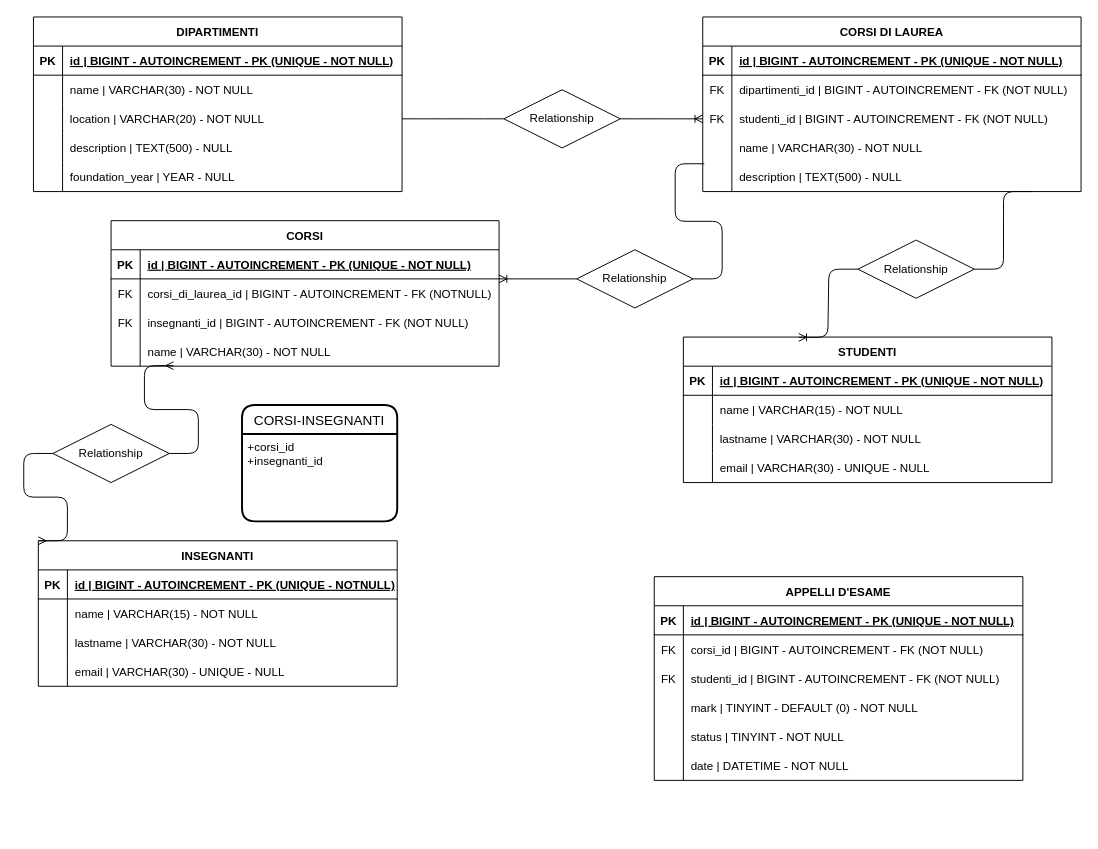
Before: schema.drawio in JacopoTrincanato/db-university, a draw.io diagram. Source tidied: cells renumbered, new cells numbered last; positions are measured from the earlier drawing's top-left corner, leaving out a move shared by most shapes. Both pictures are drawn from the tidied source at 97%, with x=0, y=0 at pixel (33, 16).
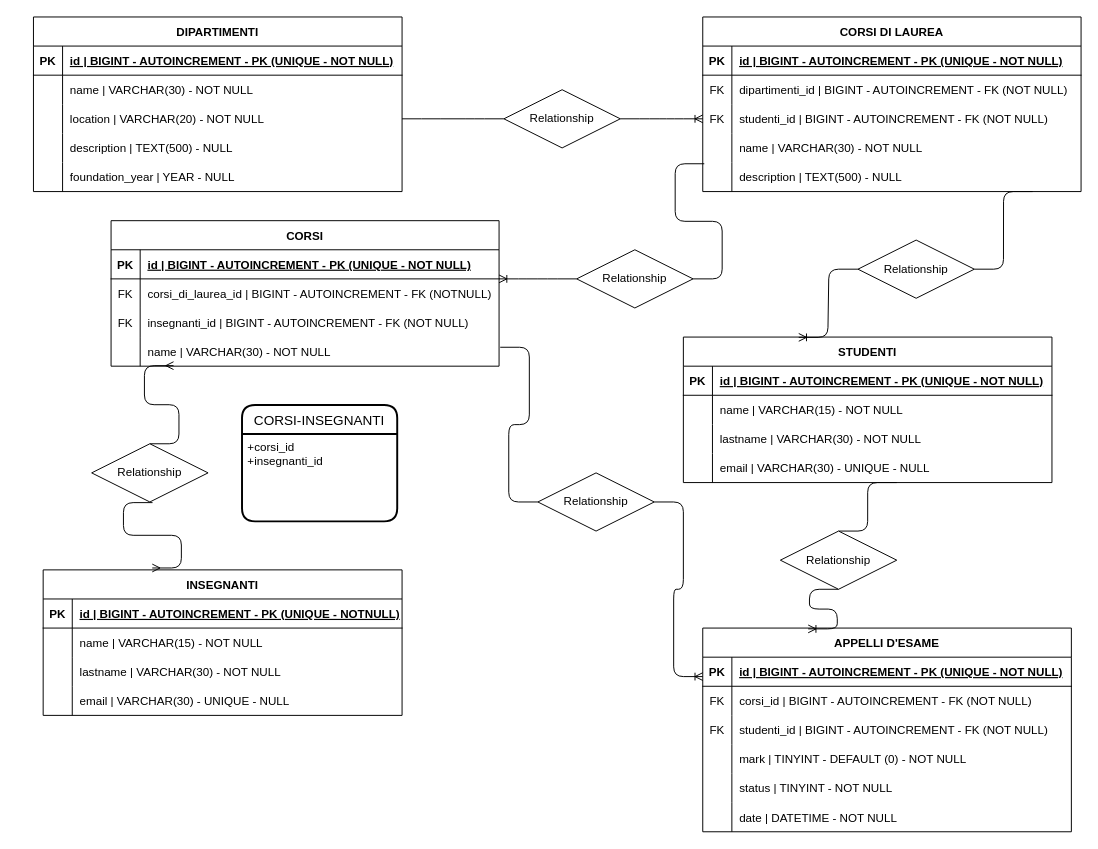
Above is the later version.

Commit message:
complete relationships

Unchanged cells that the change refers to:
```xml
<mxCell id="44" style="shape=tableRow;horizontal=0;startSize=0;swimlaneHead=0;swimlaneBody=0;fillColor=none;points=[[0,0.5],[1,0.5]];portConstraint=eastwest;top=0;left=0;right=0;bottom=0;" parent="34" vertex="1">
  <mxGeometry y="120" width="400" height="30" as="geometry" />
</mxCell>
<mxCell id="61" style="shape=tableRow;horizontal=0;startSize=0;swimlaneHead=0;swimlaneBody=0;fillColor=none;points=[[0,0.5],[1,0.5]];portConstraint=eastwest;top=0;left=0;right=0;bottom=1;" parent="60" vertex="1">
  <mxGeometry y="30" width="380" height="30" as="geometry" />
</mxCell>
<mxCell id="89" style="shape=tableRow;horizontal=0;startSize=0;swimlaneHead=0;swimlaneBody=0;fillColor=none;points=[[0,0.5],[1,0.5]];portConstraint=eastwest;top=0;left=0;right=0;bottom=0;" parent="79" vertex="1">
  <mxGeometry y="120" width="380" height="30" as="geometry" />
</mxCell>
```

Diff of the diagram source:
```diff
@@
     <mxCell id="47" value="INSEGNANTI" style="shape=table;startSize=30;childLayout=tableLayout;rowLines=0;fontStyle=1;align=center;" parent="1" vertex="1">
-      <mxGeometry x="5" y="540" width="370" height="150" as="geometry" />
+      <mxGeometry x="10" y="570" width="370" height="150" as="geometry" />
     </mxCell>
@@
     <mxCell id="60" value="APPELLI D'ESAME" style="shape=table;startSize=30;childLayout=tableLayout;rowLines=0;fontStyle=1;align=center;" parent="1" vertex="1">
-      <mxGeometry x="640" y="577" width="380" height="210" as="geometry" />
+      <mxGeometry x="690" y="630" width="380" height="210" as="geometry" />
     </mxCell>
@@
-    <mxCell id="101" style="edgeStyle=entityRelationEdgeStyle;fontSize=12;html=1;endArrow=ERmany;startArrow=none;entryX=0.161;entryY=0.982;entryDx=0;entryDy=0;exitX=1;exitY=0.5;exitDx=0;exitDy=0;entryPerimeter=0;" parent="1" edge="1" source="103" target="44">
+    <mxCell id="101" style="edgeStyle=entityRelationEdgeStyle;fontSize=12;html=1;endArrow=ERmany;startArrow=none;entryX=0.161;entryY=0.982;entryDx=0;entryDy=0;entryPerimeter=0;exitX=0.5;exitY=0;exitDx=0;exitDy=0;" parent="1" edge="1" source="103" target="44">
       <mxGeometry relative="1" as="geometry" />
     </mxCell>
-    <mxCell id="102" style="edgeStyle=entityRelationEdgeStyle;fontSize=12;html=1;endArrow=none;startArrow=ERmany;exitX=0;exitY=0;exitDx=0;exitDy=0;" parent="1" edge="1" source="47">
-      <mxGeometry relative="1" as="geometry">
-        <mxPoint x="20" y="450" as="targetPoint" />
-      </mxGeometry>
+    <mxCell id="102" style="edgeStyle=entityRelationEdgeStyle;fontSize=12;html=1;endArrow=none;startArrow=ERmany;exitX=0.304;exitY=-0.013;exitDx=0;exitDy=0;entryX=0.523;entryY=1.011;entryDx=0;entryDy=0;exitPerimeter=0;entryPerimeter=0;" parent="1" edge="1" source="47" target="103">
+      <mxGeometry relative="1" as="geometry" />
     </mxCell>
-    <mxCell id="103" value="Relationship" style="shape=rhombus;perimeter=rhombusPerimeter;whiteSpace=wrap;html=1;align=center;" parent="1" vertex="1">
-      <mxGeometry x="20" y="420" width="120" height="60" as="geometry" />
-    </mxCell>
@@
+    <mxCell id="103" value="Relationship" style="shape=rhombus;perimeter=rhombusPerimeter;whiteSpace=wrap;html=1;align=center;" parent="1" vertex="1">
+      <mxGeometry x="60" y="440" width="120" height="60" as="geometry" />
+    </mxCell>
+    <mxCell id="106" style="edgeStyle=entityRelationEdgeStyle;fontSize=12;html=1;endArrow=ERoneToMany;exitX=0.5;exitY=1;exitDx=0;exitDy=0;entryX=0.286;entryY=0.004;entryDx=0;entryDy=0;entryPerimeter=0;startArrow=none;" parent="1" edge="1" source="108" target="60">
+      <mxGeometry relative="1" as="geometry" />
+    </mxCell>
+    <mxCell id="107" style="edgeStyle=entityRelationEdgeStyle;fontSize=12;html=1;endArrow=none;exitX=0.579;exitY=1;exitDx=0;exitDy=0;exitPerimeter=0;entryX=0.5;entryY=0;entryDx=0;entryDy=0;" parent="1" edge="1" source="89" target="108">
+      <mxGeometry relative="1" as="geometry" />
+    </mxCell>
+    <mxCell id="108" value="Relationship" style="shape=rhombus;perimeter=rhombusPerimeter;whiteSpace=wrap;html=1;align=center;" parent="1" vertex="1">
+      <mxGeometry x="770" y="530" width="120" height="60" as="geometry" />
+    </mxCell>
+    <mxCell id="109" style="edgeStyle=entityRelationEdgeStyle;fontSize=12;html=1;endArrow=ERoneToMany;exitX=1;exitY=0.5;exitDx=0;exitDy=0;entryX=0;entryY=0.667;entryDx=0;entryDy=0;entryPerimeter=0;startArrow=none;" parent="1" edge="1" source="111" target="61">
+      <mxGeometry relative="1" as="geometry" />
+    </mxCell>
+    <mxCell id="110" style="edgeStyle=entityRelationEdgeStyle;fontSize=12;html=1;endArrow=none;exitX=1.003;exitY=0.35;exitDx=0;exitDy=0;exitPerimeter=0;entryX=0;entryY=0.5;entryDx=0;entryDy=0;" parent="1" edge="1" source="44" target="111">
+      <mxGeometry relative="1" as="geometry" />
+    </mxCell>
+    <mxCell id="111" value="Relationship" style="shape=rhombus;perimeter=rhombusPerimeter;whiteSpace=wrap;html=1;align=center;" parent="1" vertex="1">
+      <mxGeometry x="520" y="470" width="120" height="60" as="geometry" />
+    </mxCell>
```
